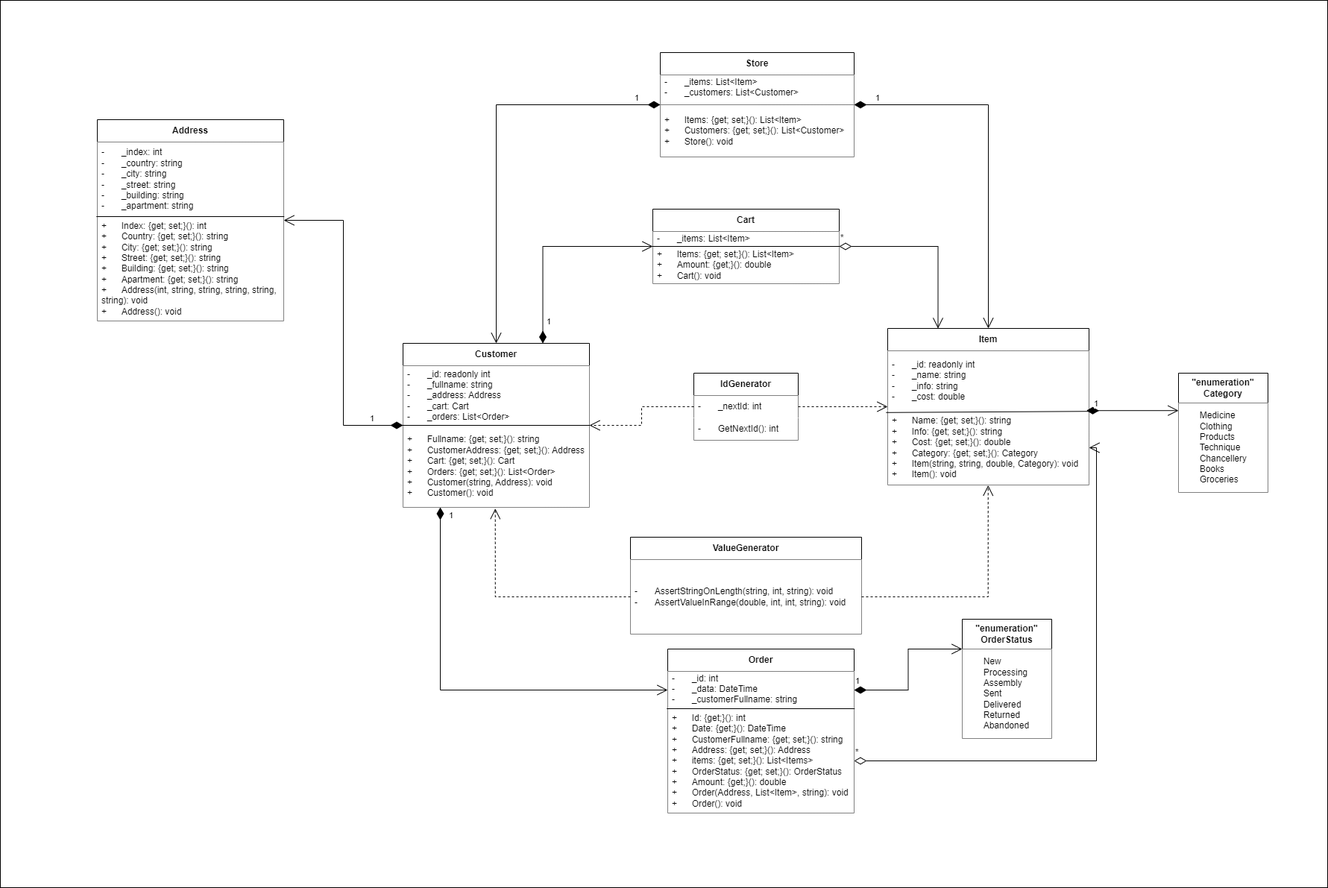
This is doc/ObjectOrientedPractics/Practics3.png from Winights/Programming, a draw.io export, as it was before one commit. Source tidied: cells renumbered, new cells last; positions are measured from the earlier drawing's top-left corner, leaving out a move shared by most shapes.
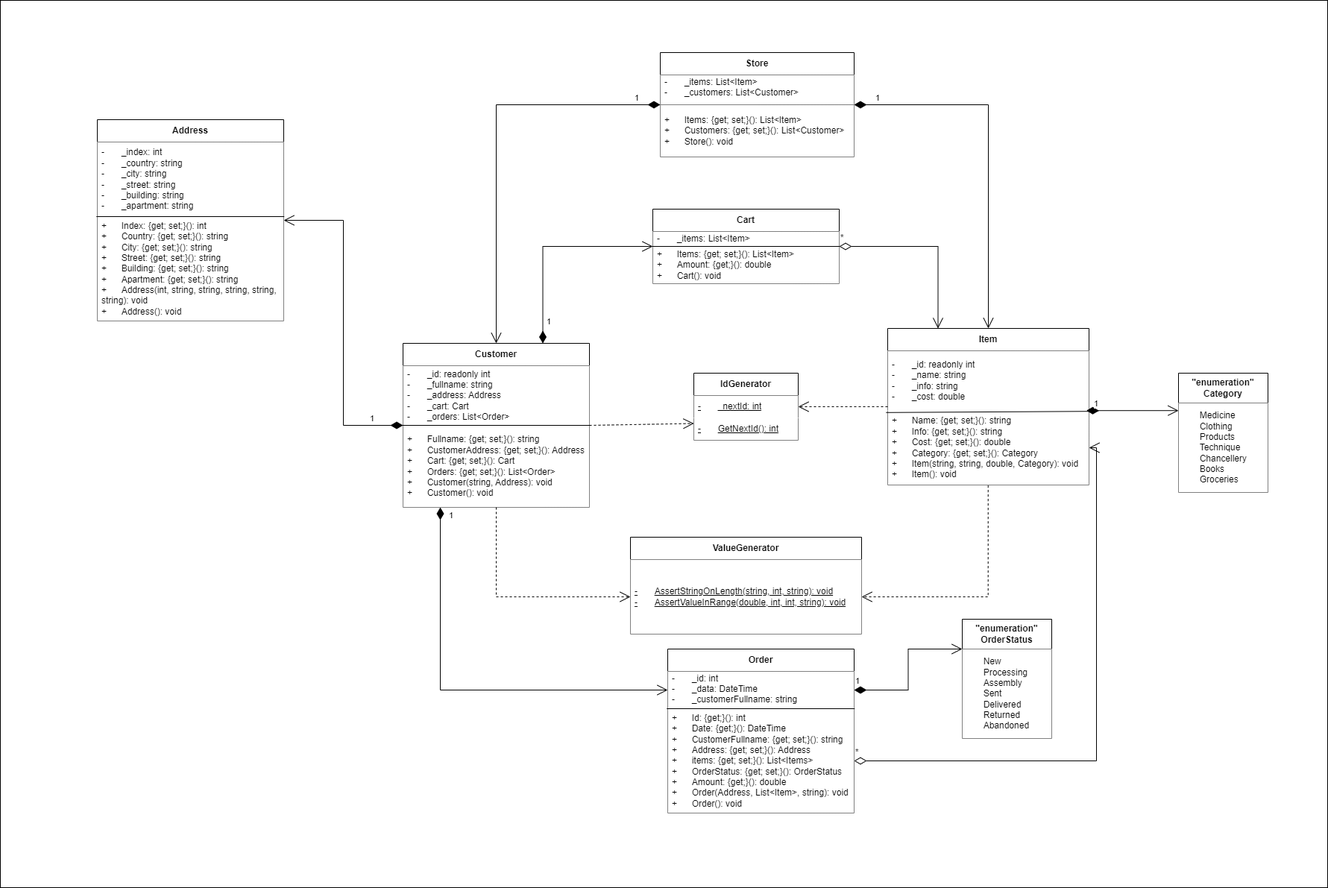
The same diagram one commit later.

Change to the diagram source:
```diff
@@ -32,28 +32,18 @@
     <mxCell id="11" value="&lt;span style=&quot;font-weight: 700;&quot;&gt;IdGenerator&lt;/span&gt;" style="swimlane;fontStyle=0;horizontal=1;startSize=30;whiteSpace=wrap;html=1;" parent="1" vertex="1">
       <mxGeometry x="930" y="500" width="140" height="90" as="geometry" />
     </mxCell>
-    <mxCell id="12" value="-&lt;span style=&quot;white-space: pre;&quot;&gt;&#9;&lt;/span&gt;_nextId: int" style="text;strokeColor=none;fillColor=#FFFFFF;align=left;verticalAlign=middle;spacingLeft=4;spacingRight=4;overflow=hidden;points=[[0,0.5],[1,0.5]];portConstraint=eastwest;whiteSpace=wrap;html=1;" parent="11" vertex="1">
+    <mxCell id="12" value="&lt;u&gt;-&lt;span style=&quot;white-space: pre;&quot;&gt;&#9;&lt;/span&gt;_nextId: int&lt;/u&gt;" style="text;strokeColor=none;fillColor=#FFFFFF;align=left;verticalAlign=middle;spacingLeft=4;spacingRight=4;overflow=hidden;points=[[0,0.5],[1,0.5]];portConstraint=eastwest;whiteSpace=wrap;html=1;" parent="11" vertex="1">
       <mxGeometry y="30" width="140" height="30" as="geometry" />
     </mxCell>
-    <mxCell id="13" value="-&lt;span style=&quot;white-space: pre;&quot;&gt;&#9;&lt;/span&gt;GetNextId(): int" style="text;strokeColor=none;fillColor=#FFFFFF;align=left;verticalAlign=middle;spacingLeft=4;spacingRight=4;overflow=hidden;whiteSpace=wrap;html=1;" parent="11" vertex="1">
+    <mxCell id="13" value="&lt;u&gt;-&lt;span style=&quot;white-space: pre;&quot;&gt;&#9;&lt;/span&gt;GetNextId(): int&lt;/u&gt;" style="text;strokeColor=none;fillColor=#FFFFFF;align=left;verticalAlign=middle;spacingLeft=4;spacingRight=4;overflow=hidden;whiteSpace=wrap;html=1;" parent="11" vertex="1">
       <mxGeometry y="60" width="140" height="30" as="geometry" />
     </mxCell>
     <mxCell id="14" value="&lt;span style=&quot;font-weight: 700;&quot;&gt;ValueGenerator&lt;/span&gt;" style="swimlane;fontStyle=0;horizontal=1;startSize=30;whiteSpace=wrap;html=1;" parent="1" vertex="1">
       <mxGeometry x="845" y="720" width="310" height="130" as="geometry" />
     </mxCell>
-    <mxCell id="15" value="-&lt;span style=&quot;white-space: pre;&quot;&gt;&#9;&lt;/span&gt;AssertStringOnLength(string, int, string): void&lt;div&gt;-&lt;span style=&quot;white-space: pre;&quot;&gt;&#9;&lt;/span&gt;&lt;span style=&quot;background-color: initial;&quot;&gt;AssertValueInRange(double, int, int, string): void&lt;/span&gt;&lt;/div&gt;" style="text;strokeColor=none;fillColor=#FFFFFF;align=left;verticalAlign=middle;spacingLeft=4;spacingRight=4;overflow=hidden;points=[[0,0.5],[1,0.5]];portConstraint=eastwest;whiteSpace=wrap;html=1;" parent="14" vertex="1">
+    <mxCell id="15" value="&lt;u&gt;-&lt;span style=&quot;white-space: pre;&quot;&gt;&#9;&lt;/span&gt;AssertStringOnLength(string, int, string): void&lt;/u&gt;&lt;div&gt;&lt;u&gt;-&lt;span style=&quot;white-space: pre;&quot;&gt;&#9;&lt;/span&gt;&lt;span style=&quot;background-color: initial;&quot;&gt;AssertValueInRange(double, int, int, string): void&lt;/span&gt;&lt;/u&gt;&lt;/div&gt;" style="text;strokeColor=none;fillColor=#FFFFFF;align=left;verticalAlign=middle;spacingLeft=4;spacingRight=4;overflow=hidden;points=[[0,0.5],[1,0.5]];portConstraint=eastwest;whiteSpace=wrap;html=1;" parent="14" vertex="1">
       <mxGeometry y="30" width="310" height="100" as="geometry" />
     </mxCell>
-    <mxCell id="16" style="endArrow=open;endSize=12;dashed=1;html=1;rounded=0;exitX=0;exitY=0.5;exitDx=0;exitDy=0;entryX=0.495;entryY=1.015;entryDx=0;entryDy=0;entryPerimeter=0;edgeStyle=orthogonalEdgeStyle;" parent="1" edge="1" source="15" target="9">
-      <mxGeometry relative="1" as="geometry">
-        <Array as="points">
-          <mxPoint x="664" y="800" />
-        </Array>
-      </mxGeometry>
-    </mxCell>
-    <mxCell id="17" style="endArrow=open;endSize=12;dashed=1;html=1;rounded=0;entryX=0.499;entryY=1.004;entryDx=0;entryDy=0;entryPerimeter=0;exitX=1;exitY=0.5;exitDx=0;exitDy=0;edgeStyle=orthogonalEdgeStyle;" parent="1" edge="1" source="15" target="5">
-      <mxGeometry relative="1" as="geometry" />
-    </mxCell>
     <mxCell id="18" value="&lt;span style=&quot;font-weight: 700;&quot;&gt;Address&lt;/span&gt;" style="swimlane;fontStyle=0;horizontal=1;startSize=30;whiteSpace=wrap;html=1;" parent="1" vertex="1">
       <mxGeometry x="130" y="160" width="250" height="270" as="geometry" />
     </mxCell>
@@ -101,12 +91,6 @@
     <mxCell id="31" value="1" style="endArrow=open;html=1;endSize=12;startArrow=diamondThin;startSize=14;startFill=1;edgeStyle=orthogonalEdgeStyle;align=left;verticalAlign=bottom;rounded=0;exitX=0;exitY=0.5;exitDx=0;exitDy=0;entryX=0.5;entryY=0;entryDx=0;entryDy=0;" parent="1" edge="1" source="22" target="7">
       <mxGeometry x="-0.86" relative="1" as="geometry" />
     </mxCell>
-    <mxCell id="32" style="endArrow=open;endSize=12;dashed=1;html=1;rounded=0;entryX=0;entryY=0.5;entryDx=0;entryDy=0;exitX=1;exitY=0.5;exitDx=0;exitDy=0;edgeStyle=orthogonalEdgeStyle;" parent="1" edge="1" source="12" target="3">
-      <mxGeometry relative="1" as="geometry" />
-    </mxCell>
-    <mxCell id="33" style="endArrow=open;endSize=12;dashed=1;html=1;rounded=0;exitX=0;exitY=0.5;exitDx=0;exitDy=0;entryX=1;entryY=0.5;entryDx=0;entryDy=0;edgeStyle=orthogonalEdgeStyle;" parent="1" edge="1" source="11" target="7">
-      <mxGeometry relative="1" as="geometry" />
-    </mxCell>
     <mxCell id="34" value="&lt;span style=&quot;font-weight: 700;&quot;&gt;Cart&lt;/span&gt;" style="swimlane;fontStyle=0;horizontal=1;startSize=30;whiteSpace=wrap;html=1;" parent="1" vertex="1">
       <mxGeometry x="875" y="280" width="250" height="100" as="geometry" />
     </mxCell>
@@ -154,5 +138,21 @@
     <mxCell id="48" value="*" style="endArrow=open;html=1;endSize=12;startArrow=diamondThin;startSize=14;startFill=0;edgeStyle=orthogonalEdgeStyle;align=left;verticalAlign=bottom;rounded=0;exitX=1;exitY=0.5;exitDx=0;exitDy=0;entryX=0.25;entryY=0;entryDx=0;entryDy=0;" parent="1" edge="1" source="34" target="3">
       <mxGeometry x="-1" y="3" relative="1" as="geometry" />
     </mxCell>
+    <mxCell id="49" style="endArrow=open;endSize=12;dashed=1;html=1;rounded=0;exitX=0;exitY=0.5;exitDx=0;exitDy=0;entryX=1;entryY=0.5;entryDx=0;entryDy=0;" parent="1" edge="1" source="3" target="12">
+      <mxGeometry relative="1" as="geometry" />
+    </mxCell>
+    <mxCell id="50" style="endArrow=open;endSize=12;dashed=1;html=1;rounded=0;entryX=0;entryY=0.75;entryDx=0;entryDy=0;exitX=1;exitY=0.5;exitDx=0;exitDy=0;" parent="1" edge="1" source="7" target="11">
+      <mxGeometry relative="1" as="geometry" />
+    </mxCell>
+    <mxCell id="17" style="endArrow=open;endSize=12;dashed=1;html=1;rounded=0;entryX=1;entryY=0.5;entryDx=0;entryDy=0;exitX=0.499;exitY=1.006;exitDx=0;exitDy=0;edgeStyle=orthogonalEdgeStyle;exitPerimeter=0;" parent="1" edge="1" source="5" target="15">
+      <mxGeometry relative="1" as="geometry" />
+    </mxCell>
+    <mxCell id="16" style="endArrow=open;endSize=12;dashed=1;html=1;rounded=0;exitX=0.5;exitY=1;exitDx=0;exitDy=0;edgeStyle=orthogonalEdgeStyle;entryX=0;entryY=0.5;entryDx=0;entryDy=0;" parent="1" edge="1" source="7" target="15">
+      <mxGeometry relative="1" as="geometry">
+        <Array as="points">
+          <mxPoint x="665" y="800" />
+        </Array>
+      </mxGeometry>
+    </mxCell>
   </root>
 </mxGraphModel>
```
